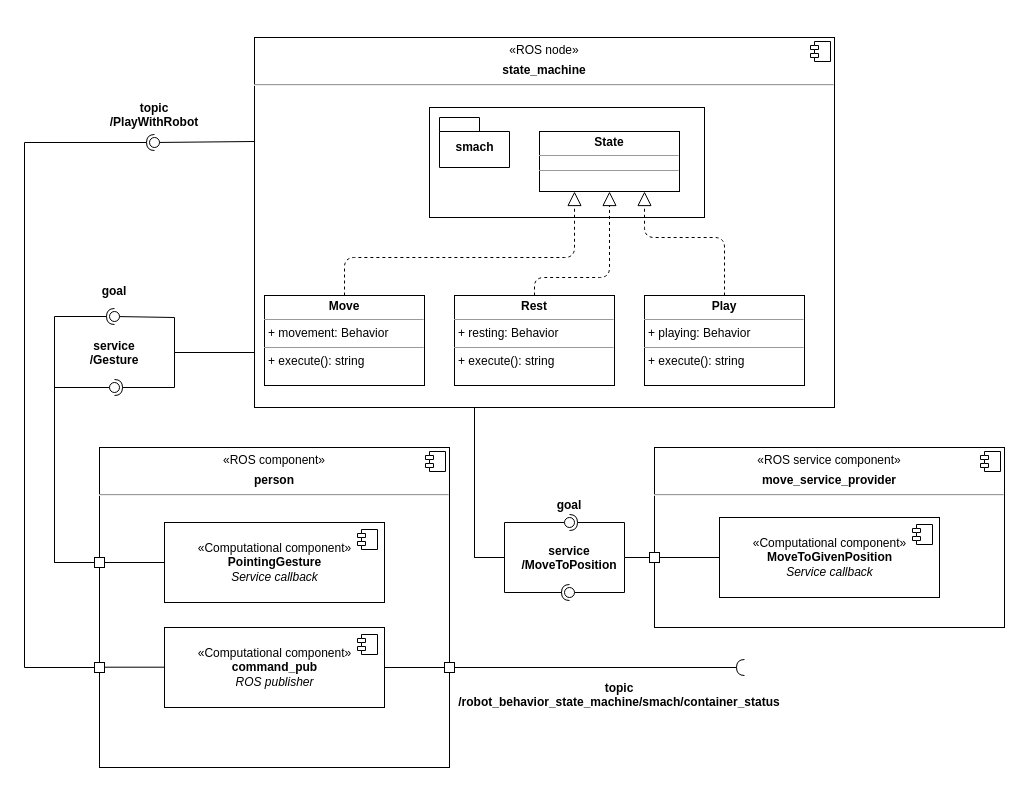
This is draw_io/component_diagram.drawio from aGotelli/EROLA_first_assignment_AG, a draw.io file, before an edit. Source tidied: cells renumbered, new cells numbered last; positions are measured from the earlier drawing's top-left corner, leaving out a move shared by most shapes. Both pictures are drawn from the tidied source at 100%, with x=0, y=0 at pixel (24, 37).
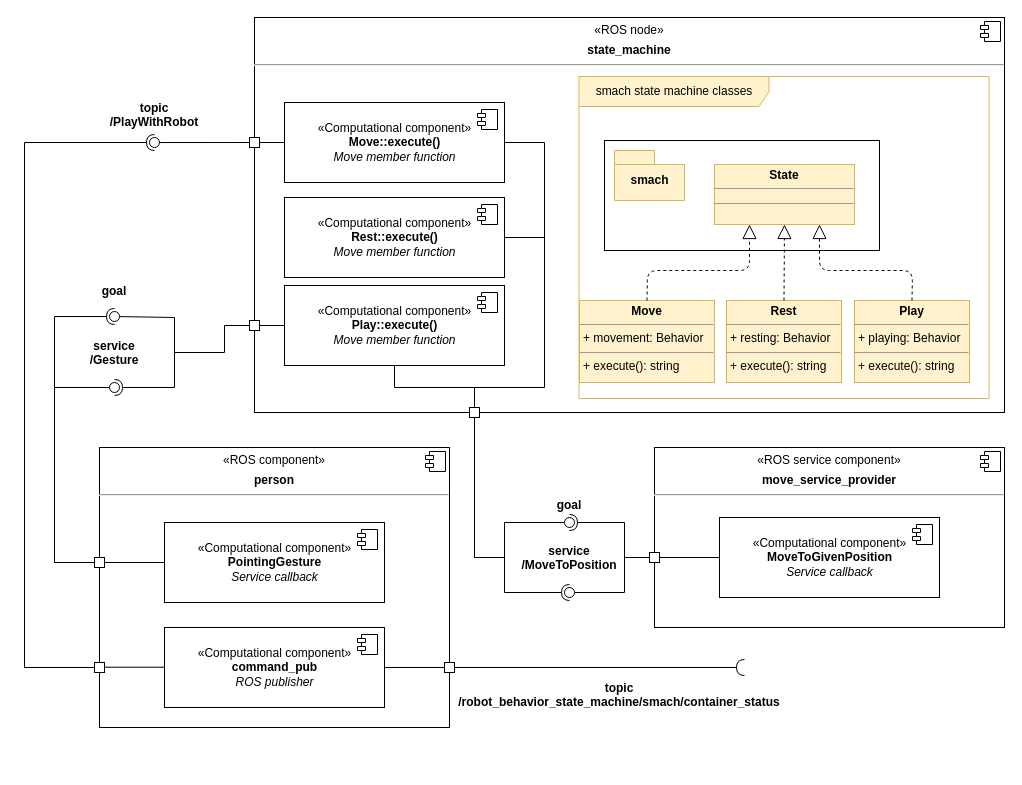
After the change.

Commit message (it also covers changes not shown here):
added more visuality in the diagram

The change refers to these unchanged cells:
```xml
<mxCell id="29" style="ellipse;whiteSpace=wrap;html=1;fontFamily=Helvetica;fontSize=12;fontColor=#000000;align=center;strokeColor=#000000;fillColor=#ffffff;points=[];" parent="1" vertex="1">
  <mxGeometry x="85" y="345" width="10" height="10" as="geometry" />
</mxCell>
<mxCell id="37" style="ellipse;whiteSpace=wrap;html=1;fontFamily=Helvetica;fontSize=12;fontColor=#000000;align=center;strokeColor=#000000;fillColor=#ffffff;points=[];" parent="1" vertex="1">
  <mxGeometry x="125" y="100" width="10" height="10" as="geometry" />
</mxCell>
```

Diff of the diagram source:
```diff
@@
     <mxCell id="18" value="&lt;p style=&quot;margin: 0px ; margin-top: 6px ; text-align: center&quot;&gt;&lt;span&gt;«ROS component»&lt;/span&gt;&lt;br&gt;&lt;/p&gt;&lt;p style=&quot;margin: 0px ; margin-top: 6px ; text-align: center&quot;&gt;&lt;b&gt;person&lt;/b&gt;&lt;b&gt;&lt;br&gt;&lt;/b&gt;&lt;/p&gt;&lt;hr&gt;&lt;p style=&quot;margin: 0px ; margin-left: 8px&quot;&gt;&lt;br&gt;&lt;/p&gt;" style="align=left;overflow=fill;html=1;" parent="1" vertex="1">
-      <mxGeometry x="75" y="410" width="350" height="320" as="geometry" />
+      <mxGeometry x="75" y="410" width="350" height="280" as="geometry" />
     </mxCell>
@@
-    <mxCell id="28" style="rounded=0;jettySize=auto;html=1;endArrow=halfCircle;endFill=0;entryX=0.5;entryY=0.5;entryDx=0;entryDy=0;endSize=6;strokeWidth=1;exitX=0;exitY=0.75;exitDx=0;exitDy=0;" parent="1" edge="1" source="42" target="29">
+    <mxCell id="28" style="rounded=0;jettySize=auto;html=1;endArrow=halfCircle;endFill=0;entryX=0.5;entryY=0.5;entryDx=0;entryDy=0;endSize=6;strokeWidth=1;exitX=0;exitY=0.5;exitDx=0;exitDy=0;" parent="1" edge="1" source="58" target="29">
       <mxGeometry relative="1" as="geometry">
         <Array as="points">
-          <mxPoint x="230" y="315" />
+          <mxPoint x="200" y="288" />
+          <mxPoint x="200" y="315" />
           <mxPoint x="150" y="315" />
           <mxPoint x="150" y="350" />
         </Array>
       </mxGeometry>
     </mxCell>
@@
     <mxCell id="42" value="&lt;p style=&quot;margin: 0px ; margin-top: 6px ; text-align: center&quot;&gt;&lt;/p&gt;&lt;p style=&quot;margin: 6px 0px 0px ; text-align: center&quot;&gt;«ROS node»&lt;br&gt;&lt;/p&gt;&lt;p style=&quot;margin: 6px 0px 0px ; text-align: center&quot;&gt;&lt;b&gt;state_machine&lt;/b&gt;&lt;b&gt;&lt;br&gt;&lt;/b&gt;&lt;/p&gt;&lt;hr&gt;&lt;p style=&quot;margin: 0px 0px 0px 8px&quot;&gt;&lt;br&gt;&lt;/p&gt;&lt;p style=&quot;margin: 0px ; margin-left: 8px&quot;&gt;&lt;br&gt;&lt;/p&gt;" style="align=left;overflow=fill;html=1;" parent="1" vertex="1">
-      <mxGeometry x="230" width="580" height="370" as="geometry" />
+      <mxGeometry x="230" y="-20" width="750" height="395" as="geometry" />
     </mxCell>
@@
-    <mxCell id="44" value="&lt;p style=&quot;margin: 0px ; margin-top: 4px ; text-align: center&quot;&gt;&lt;b&gt;Move&lt;/b&gt;&lt;/p&gt;&lt;hr size=&quot;1&quot;&gt;&lt;p style=&quot;margin: 0px ; margin-left: 4px&quot;&gt;+ movement: Behavior&lt;/p&gt;&lt;hr size=&quot;1&quot;&gt;&lt;p style=&quot;margin: 0px ; margin-left: 4px&quot;&gt;+ execute(): string&lt;/p&gt;" style="verticalAlign=top;align=left;overflow=fill;fontSize=12;fontFamily=Helvetica;html=1;" parent="1" vertex="1">
-      <mxGeometry x="240" y="258" width="160" height="90" as="geometry" />
+    <mxCell id="44" value="&lt;p style=&quot;margin: 0px ; margin-top: 4px ; text-align: center&quot;&gt;&lt;b&gt;Move&lt;/b&gt;&lt;/p&gt;&lt;hr size=&quot;1&quot;&gt;&lt;p style=&quot;margin: 0px ; margin-left: 4px&quot;&gt;+ movement: Behavior&lt;/p&gt;&lt;hr size=&quot;1&quot;&gt;&lt;p style=&quot;margin: 0px ; margin-left: 4px&quot;&gt;+ execute(): string&lt;/p&gt;" style="verticalAlign=top;align=left;overflow=fill;fontSize=12;fontFamily=Helvetica;html=1;fillColor=#fff2cc;strokeColor=#d6b656;" parent="1" vertex="1">
+      <mxGeometry x="555" y="263" width="135" height="82" as="geometry" />
     </mxCell>
-    <mxCell id="45" value="&lt;p style=&quot;margin: 0px ; margin-top: 4px ; text-align: center&quot;&gt;&lt;b&gt;Rest&lt;/b&gt;&lt;/p&gt;&lt;hr size=&quot;1&quot;&gt;&lt;p style=&quot;margin: 0px ; margin-left: 4px&quot;&gt;+ resting: Behavior&lt;/p&gt;&lt;hr size=&quot;1&quot;&gt;&lt;p style=&quot;margin: 0px ; margin-left: 4px&quot;&gt;+ execute(): string&lt;/p&gt;" style="verticalAlign=top;align=left;overflow=fill;fontSize=12;fontFamily=Helvetica;html=1;" parent="1" vertex="1">
-      <mxGeometry x="430" y="258" width="160" height="90" as="geometry" />
+    <mxCell id="45" value="&lt;p style=&quot;margin: 0px ; margin-top: 4px ; text-align: center&quot;&gt;&lt;b&gt;Rest&lt;/b&gt;&lt;/p&gt;&lt;hr size=&quot;1&quot;&gt;&lt;p style=&quot;margin: 0px ; margin-left: 4px&quot;&gt;+ resting: Behavior&lt;/p&gt;&lt;hr size=&quot;1&quot;&gt;&lt;p style=&quot;margin: 0px ; margin-left: 4px&quot;&gt;+ execute(): string&lt;/p&gt;" style="verticalAlign=top;align=left;overflow=fill;fontSize=12;fontFamily=Helvetica;html=1;fillColor=#fff2cc;strokeColor=#d6b656;" parent="1" vertex="1">
+      <mxGeometry x="702" y="263" width="115" height="82" as="geometry" />
     </mxCell>
-    <mxCell id="46" value="&lt;p style=&quot;margin: 0px ; margin-top: 4px ; text-align: center&quot;&gt;&lt;b&gt;Play&lt;/b&gt;&lt;/p&gt;&lt;hr size=&quot;1&quot;&gt;&lt;p style=&quot;margin: 0px ; margin-left: 4px&quot;&gt;+ playing: Behavior&lt;/p&gt;&lt;hr size=&quot;1&quot;&gt;&lt;p style=&quot;margin: 0px ; margin-left: 4px&quot;&gt;+ execute(): string&lt;/p&gt;" style="verticalAlign=top;align=left;overflow=fill;fontSize=12;fontFamily=Helvetica;html=1;" parent="1" vertex="1">
-      <mxGeometry x="620" y="258" width="160" height="90" as="geometry" />
+    <mxCell id="46" value="&lt;p style=&quot;margin: 0px ; margin-top: 4px ; text-align: center&quot;&gt;&lt;b&gt;Play&lt;/b&gt;&lt;/p&gt;&lt;hr size=&quot;1&quot;&gt;&lt;p style=&quot;margin: 0px ; margin-left: 4px&quot;&gt;+ playing: Behavior&lt;/p&gt;&lt;hr size=&quot;1&quot;&gt;&lt;p style=&quot;margin: 0px ; margin-left: 4px&quot;&gt;+ execute(): string&lt;/p&gt;" style="verticalAlign=top;align=left;overflow=fill;fontSize=12;fontFamily=Helvetica;html=1;fillColor=#fff2cc;strokeColor=#d6b656;" parent="1" vertex="1">
+      <mxGeometry x="830" y="263" width="115" height="82" as="geometry" />
     </mxCell>
     <mxCell id="47" style="rounded=0;whiteSpace=wrap;html=1;" parent="1" vertex="1">
-      <mxGeometry x="405" y="70" width="275" height="110" as="geometry" />
+      <mxGeometry x="580" y="103" width="275" height="110" as="geometry" />
     </mxCell>
-    <mxCell id="48" value="smach" style="shape=folder;fontStyle=1;spacingTop=10;tabWidth=40;tabHeight=14;tabPosition=left;html=1;" parent="1" vertex="1">
-      <mxGeometry x="415" y="80" width="70" height="50" as="geometry" />
+    <mxCell id="48" value="smach" style="shape=folder;fontStyle=1;spacingTop=10;tabWidth=40;tabHeight=14;tabPosition=left;html=1;fillColor=#fff2cc;strokeColor=#d6b656;" parent="1" vertex="1">
+      <mxGeometry x="590" y="113" width="70" height="50" as="geometry" />
     </mxCell>
-    <mxCell id="49" value="&lt;p style=&quot;margin: 0px ; margin-top: 4px ; text-align: center&quot;&gt;&lt;b&gt;State&lt;/b&gt;&lt;/p&gt;&lt;hr size=&quot;1&quot;&gt;&lt;div style=&quot;height: 2px&quot;&gt;&lt;/div&gt;&lt;hr size=&quot;1&quot;&gt;&lt;div style=&quot;height: 2px&quot;&gt;&lt;/div&gt;" style="verticalAlign=top;align=left;overflow=fill;fontSize=12;fontFamily=Helvetica;html=1;" parent="1" vertex="1">
-      <mxGeometry x="515" y="94" width="140" height="60" as="geometry" />
+    <mxCell id="49" value="&lt;p style=&quot;margin: 0px ; margin-top: 4px ; text-align: center&quot;&gt;&lt;b&gt;State&lt;/b&gt;&lt;/p&gt;&lt;hr size=&quot;1&quot;&gt;&lt;div style=&quot;height: 2px&quot;&gt;&lt;/div&gt;&lt;hr size=&quot;1&quot;&gt;&lt;div style=&quot;height: 2px&quot;&gt;&lt;/div&gt;" style="verticalAlign=top;align=left;overflow=fill;fontSize=12;fontFamily=Helvetica;html=1;fillColor=#fff2cc;strokeColor=#d6b656;" parent="1" vertex="1">
+      <mxGeometry x="690" y="127" width="140" height="60" as="geometry" />
     </mxCell>
-    <mxCell id="50" style="rounded=0;jettySize=auto;html=1;endArrow=none;endFill=0;exitX=0;exitY=0.25;exitDx=0;exitDy=0;" parent="1" edge="1" source="42" target="37">
-      <mxGeometry relative="1" as="geometry">
-        <Array as="points">
-          <mxPoint x="230" y="104" />
-        </Array>
-      </mxGeometry>
+    <mxCell id="50" style="rounded=0;jettySize=auto;html=1;endArrow=none;endFill=0;exitX=0;exitY=0.5;exitDx=0;exitDy=0;" parent="1" edge="1" source="54" target="37">
+      <mxGeometry relative="1" as="geometry" />
     </mxCell>
     <mxCell id="51" style="endArrow=block;dashed=1;endFill=0;endSize=12;html=1;exitX=0.5;exitY=0;exitDx=0;exitDy=0;entryX=0.25;entryY=1;entryDx=0;entryDy=0;" parent="1" edge="1" source="44" target="49">
       <mxGeometry relative="1" as="geometry">
         <Array as="points">
-          <mxPoint x="320" y="220" />
-          <mxPoint x="550" y="220" />
+          <mxPoint x="623" y="233" />
+          <mxPoint x="725" y="233" />
         </Array>
       </mxGeometry>
     </mxCell>
     <mxCell id="52" style="endArrow=block;dashed=1;endFill=0;endSize=12;html=1;exitX=0.5;exitY=0;exitDx=0;exitDy=0;entryX=0.5;entryY=1;entryDx=0;entryDy=0;" parent="1" edge="1" source="45" target="49">
-      <mxGeometry relative="1" as="geometry">
-        <Array as="points">
-          <mxPoint x="510" y="240" />
-          <mxPoint x="585" y="240" />
-        </Array>
-      </mxGeometry>
+      <mxGeometry relative="1" as="geometry" />
     </mxCell>
     <mxCell id="53" style="endArrow=block;dashed=1;endFill=0;endSize=12;html=1;exitX=0.5;exitY=0;exitDx=0;exitDy=0;entryX=0.75;entryY=1;entryDx=0;entryDy=0;" parent="1" edge="1" source="46" target="49">
       <mxGeometry relative="1" as="geometry">
         <Array as="points">
-          <mxPoint x="700" y="200" />
-          <mxPoint x="620" y="200" />
+          <mxPoint x="888" y="233" />
+          <mxPoint x="795" y="233" />
         </Array>
       </mxGeometry>
     </mxCell>
+    <mxCell id="54" value="«Computational component»&lt;br&gt;&lt;b&gt;Move::execute()&lt;/b&gt;&lt;br&gt;&lt;i&gt;Move member function&lt;/i&gt;" style="html=1;" parent="1" vertex="1">
+      <mxGeometry x="260" y="65" width="220" height="80" as="geometry" />
+    </mxCell>
+    <mxCell id="55" style="shape=module;jettyWidth=8;jettyHeight=4;" parent="54" vertex="1">
+      <mxGeometry x="1" width="20" height="20" relative="1" as="geometry">
+        <mxPoint x="-27" y="7" as="offset" />
+      </mxGeometry>
+    </mxCell>
+    <mxCell id="56" value="«Computational component»&lt;br&gt;&lt;b&gt;Rest::execute()&lt;/b&gt;&lt;br&gt;&lt;i&gt;Move member function&lt;/i&gt;" style="html=1;" parent="1" vertex="1">
+      <mxGeometry x="260" y="160" width="220" height="80" as="geometry" />
+    </mxCell>
+    <mxCell id="57" style="shape=module;jettyWidth=8;jettyHeight=4;" parent="56" vertex="1">
+      <mxGeometry x="1" width="20" height="20" relative="1" as="geometry">
+        <mxPoint x="-27" y="7" as="offset" />
+      </mxGeometry>
+    </mxCell>
+    <mxCell id="58" value="«Computational component»&lt;br&gt;&lt;b&gt;Play::execute()&lt;/b&gt;&lt;br&gt;&lt;i&gt;Move member function&lt;/i&gt;" style="html=1;" parent="1" vertex="1">
+      <mxGeometry x="260" y="248" width="220" height="80" as="geometry" />
+    </mxCell>
+    <mxCell id="59" style="shape=module;jettyWidth=8;jettyHeight=4;" parent="58" vertex="1">
+      <mxGeometry x="1" width="20" height="20" relative="1" as="geometry">
+        <mxPoint x="-27" y="7" as="offset" />
+      </mxGeometry>
+    </mxCell>
+    <mxCell id="60" style="rounded=0;whiteSpace=wrap;html=1;" parent="1" vertex="1">
+      <mxGeometry x="225" y="283" width="10" height="10" as="geometry" />
+    </mxCell>
+    <mxCell id="61" style="endArrow=none;html=1;exitX=1;exitY=0.5;exitDx=0;exitDy=0;entryX=0;entryY=0.5;entryDx=0;entryDy=0;" parent="1" edge="1" source="60" target="58">
+      <mxGeometry relative="1" as="geometry" />
+    </mxCell>
+    <mxCell id="62" style="rounded=0;whiteSpace=wrap;html=1;" parent="1" vertex="1">
+      <mxGeometry x="445" y="370" width="10" height="10" as="geometry" />
+    </mxCell>
+    <mxCell id="63" style="endArrow=none;html=1;entryX=0.5;entryY=0;entryDx=0;entryDy=0;exitX=0.5;exitY=1;exitDx=0;exitDy=0;rounded=0;" parent="1" edge="1" source="58" target="62">
+      <mxGeometry relative="1" as="geometry">
+        <Array as="points">
+          <mxPoint x="370" y="350" />
+          <mxPoint x="450" y="350" />
+        </Array>
+      </mxGeometry>
+    </mxCell>
+    <mxCell id="64" style="rounded=0;whiteSpace=wrap;html=1;" parent="1" vertex="1">
+      <mxGeometry x="225" y="100" width="10" height="10" as="geometry" />
+    </mxCell>
+    <mxCell id="65" style="endArrow=none;html=1;entryX=1;entryY=0.5;entryDx=0;entryDy=0;exitX=0.5;exitY=0;exitDx=0;exitDy=0;rounded=0;" parent="1" edge="1" source="62" target="54">
+      <mxGeometry relative="1" as="geometry">
+        <Array as="points">
+          <mxPoint x="450" y="350" />
+          <mxPoint x="520" y="350" />
+          <mxPoint x="520" y="105" />
+        </Array>
+      </mxGeometry>
+    </mxCell>
+    <mxCell id="66" style="endArrow=none;html=1;entryX=1;entryY=0.5;entryDx=0;entryDy=0;" parent="1" edge="1" target="56">
+      <mxGeometry relative="1" as="geometry">
+        <mxPoint x="520" y="200" as="sourcePoint" />
+      </mxGeometry>
+    </mxCell>
+    <mxCell id="67" value="smach state machine classes" style="shape=umlFrame;whiteSpace=wrap;html=1;width=190;height=30;fillColor=#fff2cc;strokeColor=#d6b656;" parent="1" vertex="1">
+      <mxGeometry x="554.5" y="39" width="410" height="322" as="geometry" />
+    </mxCell>
```
